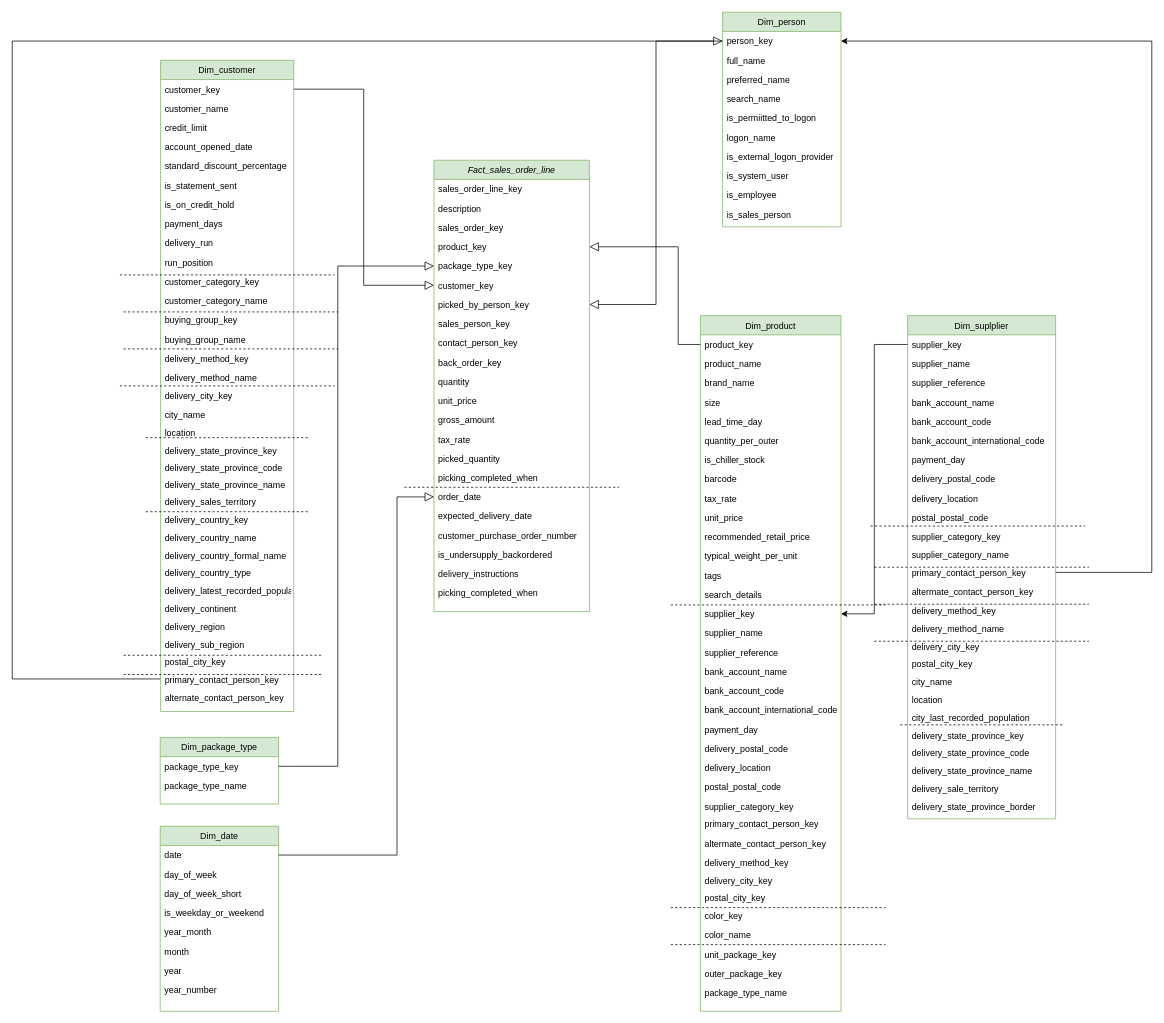
Earlier version of the draw.io diagram Untitled Diagram.drawio (DucTran3110/data_warehouse_course). Source tidied: cells renumbered, new cells numbered last; positions are measured from the earlier drawing's top-left corner, leaving out a move shared by most shapes. Both pictures are drawn from the tidied source at 74%, with x=0, y=0 at pixel (12, 12).
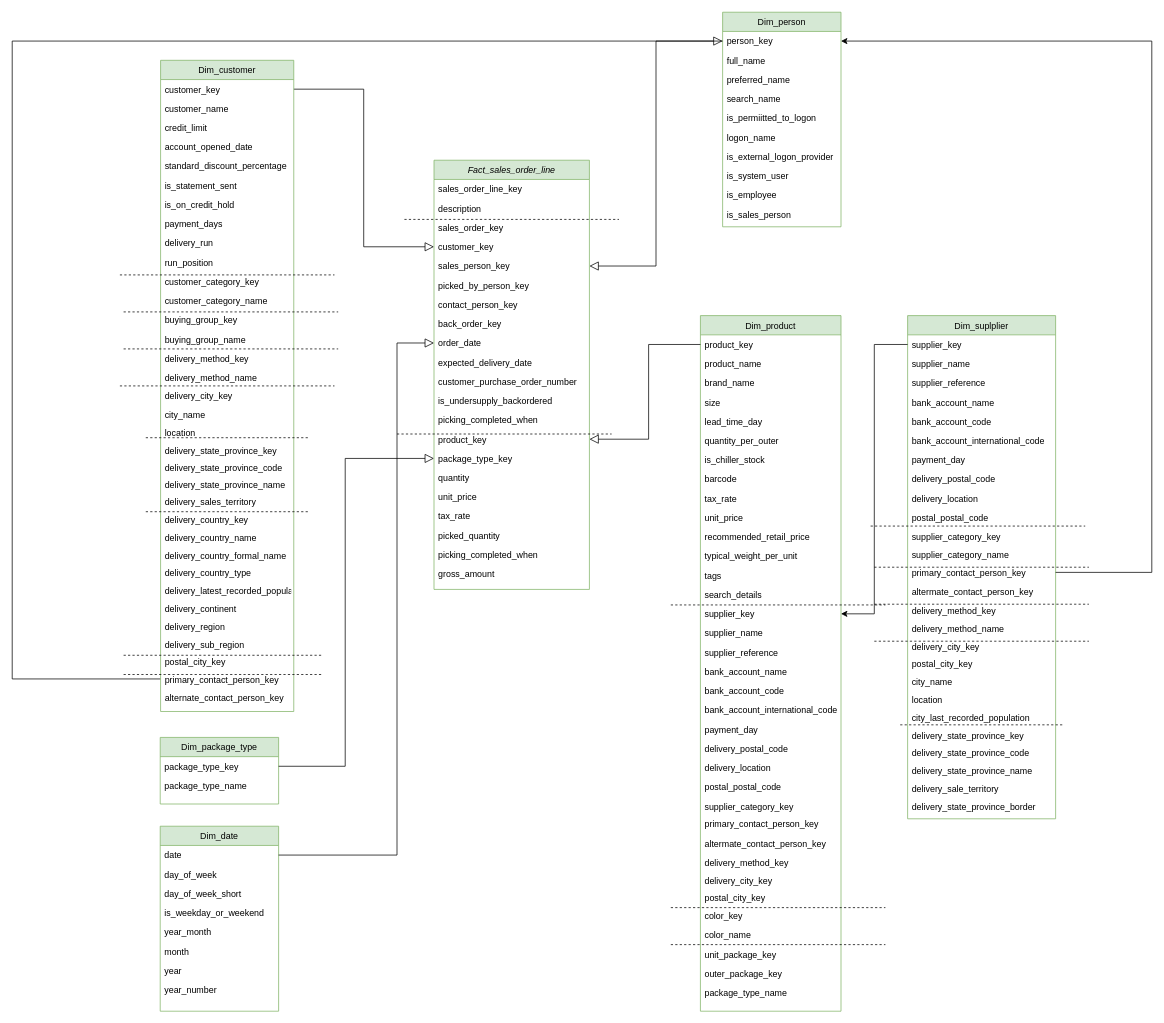
After the change.

Unchanged cells that the change refers to:
```xml
<mxCell id="28" value="person_key" style="text;align=left;verticalAlign=top;spacingLeft=4;spacingRight=4;overflow=hidden;points=[[0,0.5],[1,0.5]];portConstraint=eastwest;" parent="27" vertex="1">
  <mxGeometry y="26" width="160" height="26" as="geometry" />
</mxCell>
<mxCell id="40" value="product_key" style="text;align=left;verticalAlign=top;spacingLeft=4;spacingRight=4;overflow=hidden;points=[[0,0.5],[1,0.5]];portConstraint=eastwest;" parent="39" vertex="1">
  <mxGeometry y="26" width="190" height="26" as="geometry" />
</mxCell>
<mxCell id="116" value="package_type_key" style="text;align=left;verticalAlign=top;spacingLeft=4;spacingRight=4;overflow=hidden;points=[[0,0.5],[1,0.5]];portConstraint=eastwest;" parent="115" vertex="1">
  <mxGeometry y="26" width="160" height="26" as="geometry" />
</mxCell>
```

The edit, as a diff of the source:
```diff
@@
     <mxCell id="2" value="Fact_sales_order_line" style="swimlane;fontStyle=2;align=center;verticalAlign=top;horizontal=1;startSize=26;rounded=0;shadow=0;strokeWidth=1;swimlaneLine=1;fillColor=#d5e8d4;strokeColor=#82b366;" parent="1" vertex="1">
-      <mxGeometry x="570" y="200" width="210" height="610" as="geometry" />
+      <mxGeometry x="570" y="200" width="210" height="580" as="geometry" />
     </mxCell>
@@
-    <mxCell id="6" value="product_key" style="text;align=left;verticalAlign=top;spacingLeft=4;spacingRight=4;overflow=hidden;points=[[0,0.5],[1,0.5]];portConstraint=eastwest;rounded=0;shadow=0;html=0;" parent="2" vertex="1">
-      <mxGeometry y="104" width="210" height="26" as="geometry" />
-    </mxCell>
-    <mxCell id="7" value="package_type_key" style="text;align=left;verticalAlign=top;spacingLeft=4;spacingRight=4;overflow=hidden;points=[[0,0.5],[1,0.5]];portConstraint=eastwest;rounded=0;shadow=0;html=0;" parent="2" vertex="1">
-      <mxGeometry y="130" width="210" height="26" as="geometry" />
-    </mxCell>
     <mxCell id="8" value="customer_key" style="text;align=left;verticalAlign=top;spacingLeft=4;spacingRight=4;overflow=hidden;points=[[0,0.5],[1,0.5]];portConstraint=eastwest;rounded=0;shadow=0;html=0;" parent="2" vertex="1">
-      <mxGeometry y="156" width="210" height="26" as="geometry" />
+      <mxGeometry y="104" width="210" height="26" as="geometry" />
     </mxCell>
+    <mxCell id="10" value="sales_person_key" style="text;align=left;verticalAlign=top;spacingLeft=4;spacingRight=4;overflow=hidden;points=[[0,0.5],[1,0.5]];portConstraint=eastwest;rounded=0;shadow=0;html=0;" parent="2" vertex="1">
+      <mxGeometry y="130" width="210" height="26" as="geometry" />
+    </mxCell>
     <mxCell id="9" value="picked_by_person_key" style="text;align=left;verticalAlign=top;spacingLeft=4;spacingRight=4;overflow=hidden;points=[[0,0.5],[1,0.5]];portConstraint=eastwest;rounded=0;shadow=0;html=0;" parent="2" vertex="1">
-      <mxGeometry y="182" width="210" height="26" as="geometry" />
+      <mxGeometry y="156" width="210" height="26" as="geometry" />
     </mxCell>
-    <mxCell id="10" value="sales_person_key" style="text;align=left;verticalAlign=top;spacingLeft=4;spacingRight=4;overflow=hidden;points=[[0,0.5],[1,0.5]];portConstraint=eastwest;rounded=0;shadow=0;html=0;" parent="2" vertex="1">
-      <mxGeometry y="208" width="210" height="26" as="geometry" />
-    </mxCell>
     <mxCell id="11" value="contact_person_key" style="text;align=left;verticalAlign=top;spacingLeft=4;spacingRight=4;overflow=hidden;rounded=0;shadow=0;html=0;" parent="2" vertex="1">
-      <mxGeometry y="234" width="210" height="26" as="geometry" />
+      <mxGeometry y="182" width="210" height="26" as="geometry" />
     </mxCell>
     <mxCell id="12" value="back_order_key" style="text;align=left;verticalAlign=top;spacingLeft=4;spacingRight=4;overflow=hidden;rounded=0;shadow=0;html=0;" parent="2" vertex="1">
-      <mxGeometry y="260" width="210" height="26" as="geometry" />
+      <mxGeometry y="208" width="210" height="26" as="geometry" />
     </mxCell>
-    <mxCell id="13" value="quantity" style="text;align=left;verticalAlign=top;spacingLeft=4;spacingRight=4;overflow=hidden;rounded=0;shadow=0;html=0;" parent="2" vertex="1">
-      <mxGeometry y="286" width="210" height="26" as="geometry" />
-    </mxCell>
-    <mxCell id="14" value="unit_price" style="text;align=left;verticalAlign=top;spacingLeft=4;spacingRight=4;overflow=hidden;rounded=0;shadow=0;html=0;" parent="2" vertex="1">
-      <mxGeometry y="312" width="210" height="26" as="geometry" />
-    </mxCell>
-    <mxCell id="15" value="gross_amount" style="text;align=left;verticalAlign=top;spacingLeft=4;spacingRight=4;overflow=hidden;rounded=0;shadow=0;html=0;" parent="2" vertex="1">
-      <mxGeometry y="338" width="210" height="26" as="geometry" />
-    </mxCell>
-    <mxCell id="16" value="tax_rate" style="text;align=left;verticalAlign=top;spacingLeft=4;spacingRight=4;overflow=hidden;rounded=0;shadow=0;html=0;" parent="2" vertex="1">
-      <mxGeometry y="364" width="210" height="26" as="geometry" />
-    </mxCell>
-    <mxCell id="17" value=" picked_quantity" style="text;align=left;verticalAlign=top;spacingLeft=4;spacingRight=4;overflow=hidden;rounded=0;shadow=0;html=0;" parent="2" vertex="1">
-      <mxGeometry y="390" width="210" height="26" as="geometry" />
-    </mxCell>
-    <mxCell id="18" value="picking_completed_when" style="text;align=left;verticalAlign=top;spacingLeft=4;spacingRight=4;overflow=hidden;rounded=0;shadow=0;html=0;" parent="2" vertex="1">
-      <mxGeometry y="416" width="210" height="26" as="geometry" />
-    </mxCell>
-    <mxCell id="19" style="endArrow=none;dashed=1;html=1;rounded=0;" parent="2" edge="1">
-      <mxGeometry relative="1" as="geometry">
-        <mxPoint x="-40" y="442" as="sourcePoint" />
-        <mxPoint x="250" y="442" as="targetPoint" />
-      </mxGeometry>
-    </mxCell>
     <mxCell id="20" value="order_date" style="text;align=left;verticalAlign=top;spacingLeft=4;spacingRight=4;overflow=hidden;points=[[0,0.5],[1,0.5]];portConstraint=eastwest;rounded=0;shadow=0;html=0;" parent="2" vertex="1">
-      <mxGeometry y="442" width="210" height="26" as="geometry" />
+      <mxGeometry y="234" width="210" height="26" as="geometry" />
     </mxCell>
     <mxCell id="21" value="expected_delivery_date" style="text;align=left;verticalAlign=top;spacingLeft=4;spacingRight=4;overflow=hidden;rounded=0;shadow=0;html=0;" parent="2" vertex="1">
-      <mxGeometry y="468" width="210" height="26" as="geometry" />
+      <mxGeometry y="260" width="210" height="26" as="geometry" />
     </mxCell>
     <mxCell id="22" value="customer_purchase_order_number " style="text;align=left;verticalAlign=top;spacingLeft=4;spacingRight=4;overflow=hidden;rounded=0;shadow=0;html=0;" parent="2" vertex="1">
-      <mxGeometry y="494" width="210" height="26" as="geometry" />
+      <mxGeometry y="286" width="210" height="26" as="geometry" />
     </mxCell>
     <mxCell id="23" value="is_undersupply_backordered" style="text;align=left;verticalAlign=top;spacingLeft=4;spacingRight=4;overflow=hidden;rounded=0;shadow=0;html=0;" parent="2" vertex="1">
-      <mxGeometry y="520" width="210" height="26" as="geometry" />
+      <mxGeometry y="312" width="210" height="26" as="geometry" />
     </mxCell>
-    <mxCell id="24" value="delivery_instructions" style="text;align=left;verticalAlign=top;spacingLeft=4;spacingRight=4;overflow=hidden;rounded=0;shadow=0;html=0;" parent="2" vertex="1">
-      <mxGeometry y="546" width="210" height="26" as="geometry" />
-    </mxCell>
     <mxCell id="25" value="picking_completed_when" style="text;align=left;verticalAlign=top;spacingLeft=4;spacingRight=4;overflow=hidden;rounded=0;shadow=0;html=0;" parent="2" vertex="1">
-      <mxGeometry y="572" width="210" height="26" as="geometry" />
+      <mxGeometry y="338" width="210" height="26" as="geometry" />
     </mxCell>
+    <mxCell id="6" value="product_key" style="text;align=left;verticalAlign=top;spacingLeft=4;spacingRight=4;overflow=hidden;points=[[0,0.5],[1,0.5]];portConstraint=eastwest;rounded=0;shadow=0;html=0;" parent="2" vertex="1">
+      <mxGeometry y="364" width="210" height="26" as="geometry" />
+    </mxCell>
+    <mxCell id="7" value="package_type_key" style="text;align=left;verticalAlign=top;spacingLeft=4;spacingRight=4;overflow=hidden;points=[[0,0.5],[1,0.5]];portConstraint=eastwest;rounded=0;shadow=0;html=0;" parent="2" vertex="1">
+      <mxGeometry y="390" width="210" height="26" as="geometry" />
+    </mxCell>
+    <mxCell id="13" value="quantity" style="text;align=left;verticalAlign=top;spacingLeft=4;spacingRight=4;overflow=hidden;rounded=0;shadow=0;html=0;" parent="2" vertex="1">
+      <mxGeometry y="416" width="210" height="26" as="geometry" />
+    </mxCell>
+    <mxCell id="14" value="unit_price" style="text;align=left;verticalAlign=top;spacingLeft=4;spacingRight=4;overflow=hidden;rounded=0;shadow=0;html=0;" parent="2" vertex="1">
+      <mxGeometry y="442" width="210" height="26" as="geometry" />
+    </mxCell>
+    <mxCell id="16" value="tax_rate" style="text;align=left;verticalAlign=top;spacingLeft=4;spacingRight=4;overflow=hidden;rounded=0;shadow=0;html=0;" parent="2" vertex="1">
+      <mxGeometry y="468" width="210" height="26" as="geometry" />
+    </mxCell>
+    <mxCell id="17" value=" picked_quantity" style="text;align=left;verticalAlign=top;spacingLeft=4;spacingRight=4;overflow=hidden;rounded=0;shadow=0;html=0;" parent="2" vertex="1">
+      <mxGeometry y="494" width="210" height="26" as="geometry" />
+    </mxCell>
+    <mxCell id="18" value="picking_completed_when" style="text;align=left;verticalAlign=top;spacingLeft=4;spacingRight=4;overflow=hidden;rounded=0;shadow=0;html=0;" parent="2" vertex="1">
+      <mxGeometry y="520" width="210" height="26" as="geometry" />
+    </mxCell>
+    <mxCell id="15" value="gross_amount" style="text;align=left;verticalAlign=top;spacingLeft=4;spacingRight=4;overflow=hidden;rounded=0;shadow=0;html=0;" parent="2" vertex="1">
+      <mxGeometry y="546" width="210" height="26" as="geometry" />
+    </mxCell>
@@
-    <mxCell id="38" style="endArrow=block;endSize=10;endFill=0;shadow=0;strokeWidth=1;rounded=0;edgeStyle=elbowEdgeStyle;entryX=1;entryY=0.5;entryDx=0;entryDy=0;exitX=0;exitY=0.5;exitDx=0;exitDy=0;" parent="1" edge="1" source="28" target="9">
+    <mxCell id="38" style="endArrow=block;endSize=10;endFill=0;shadow=0;strokeWidth=1;rounded=0;edgeStyle=elbowEdgeStyle;entryX=1;entryY=0.5;entryDx=0;entryDy=0;exitX=0;exitY=0.5;exitDx=0;exitDy=0;" parent="1" edge="1" source="28" target="10">
       <mxGeometry relative="1" as="geometry" />
     </mxCell>
@@
     <mxCell id="75" style="endArrow=block;endSize=10;endFill=0;shadow=0;strokeWidth=1;rounded=0;edgeStyle=elbowEdgeStyle;entryX=1;entryY=0.5;entryDx=0;entryDy=0;exitX=0;exitY=0.5;exitDx=0;exitDy=0;" parent="1" edge="1" source="40" target="6">
       <mxGeometry relative="1" as="geometry">
         <Array as="points">
-          <mxPoint x="900" y="380" />
+          <mxPoint x="860" y="570" />
         </Array>
       </mxGeometry>
     </mxCell>
@@
     <mxCell id="118" style="endArrow=block;endSize=10;endFill=0;shadow=0;strokeWidth=1;rounded=0;edgeStyle=elbowEdgeStyle;entryX=0;entryY=0.5;entryDx=0;entryDy=0;" parent="1" edge="1" source="116" target="7">
       <mxGeometry relative="1" as="geometry">
         <Array as="points">
-          <mxPoint x="440" y="440" />
+          <mxPoint x="450" y="950" />
         </Array>
       </mxGeometry>
     </mxCell>
@@
+    <mxCell id="172" style="endArrow=none;dashed=1;html=1;rounded=0;" parent="1" edge="1">
+      <mxGeometry relative="1" as="geometry">
+        <mxPoint x="530" y="280" as="sourcePoint" />
+        <mxPoint x="820" y="280" as="targetPoint" />
+      </mxGeometry>
+    </mxCell>
+    <mxCell id="173" style="endArrow=none;dashed=1;html=1;rounded=0;" parent="1" edge="1">
+      <mxGeometry relative="1" as="geometry">
+        <mxPoint x="520" y="570" as="sourcePoint" />
+        <mxPoint x="810" y="570" as="targetPoint" />
+      </mxGeometry>
+    </mxCell>
```
